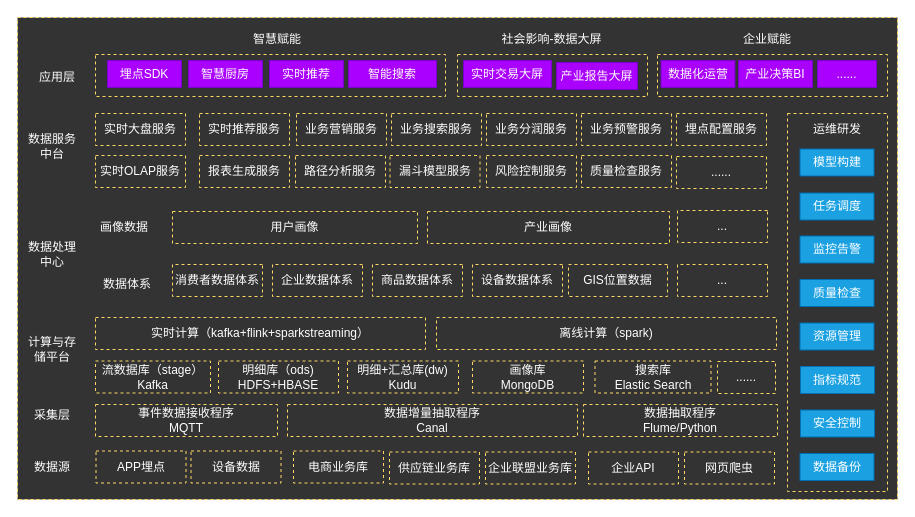
This is page "data-c" (5 of 5) of cgc/cgc-framework.drawio from kinvensan/drawio, a draw.io file, before an edit. Source tidied: cells renumbered, new cells numbered last; positions are measured from the earlier drawing's top-left corner, leaving out a move shared by most shapes. Both pictures are drawn from the tidied source at 100%, with x=0, y=0 at pixel (17, 17).
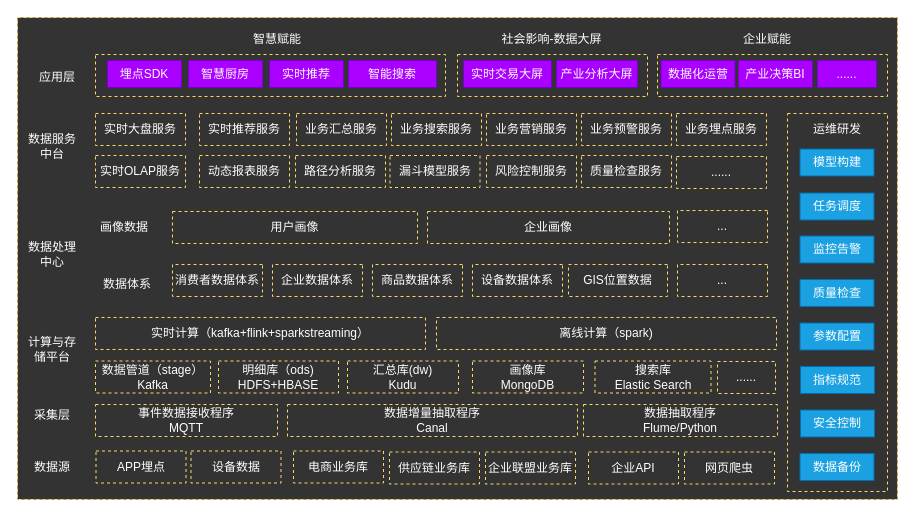
The same page after the edit.

What changed in the source:
```diff
@@
-    <mxCell id="22" value="&lt;span style=&quot;white-space: normal&quot;&gt;业务营销服务&lt;br&gt;&lt;/span&gt;" style="rounded=0;whiteSpace=wrap;html=1;strokeColor=#FFD966;fontColor=#FFFFFF;fillColor=#333333;dashed=1;" parent="1" vertex="1">
+    <mxCell id="22" value="&lt;span style=&quot;white-space: normal&quot;&gt;业务汇总服务&lt;br&gt;&lt;/span&gt;" style="rounded=0;whiteSpace=wrap;html=1;strokeColor=#FFD966;fontColor=#FFFFFF;fillColor=#333333;dashed=1;" parent="1" vertex="1">
       <mxGeometry x="279" y="96" width="90" height="32" as="geometry" />
     </mxCell>
@@
-    <mxCell id="24" value="&lt;span style=&quot;white-space: normal&quot;&gt;业务分润服务&lt;br&gt;&lt;/span&gt;" style="rounded=0;whiteSpace=wrap;html=1;strokeColor=#FFD966;fontColor=#FFFFFF;fillColor=#333333;dashed=1;" parent="1" vertex="1">
+    <mxCell id="24" value="&lt;span style=&quot;white-space: normal&quot;&gt;业务营销服务&lt;br&gt;&lt;/span&gt;" style="rounded=0;whiteSpace=wrap;html=1;strokeColor=#FFD966;fontColor=#FFFFFF;fillColor=#333333;dashed=1;" parent="1" vertex="1">
       <mxGeometry x="469" y="96" width="90" height="32" as="geometry" />
     </mxCell>
@@
-    <mxCell id="26" value="&lt;span style=&quot;white-space: normal&quot;&gt;埋点配置服务&lt;br&gt;&lt;/span&gt;" style="rounded=0;whiteSpace=wrap;html=1;strokeColor=#FFD966;fontColor=#FFFFFF;fillColor=#333333;dashed=1;" parent="1" vertex="1">
+    <mxCell id="26" value="&lt;span style=&quot;white-space: normal&quot;&gt;业务埋点服务&lt;br&gt;&lt;/span&gt;" style="rounded=0;whiteSpace=wrap;html=1;strokeColor=#FFD966;fontColor=#FFFFFF;fillColor=#333333;dashed=1;" parent="1" vertex="1">
       <mxGeometry x="659" y="96" width="90" height="32" as="geometry" />
     </mxCell>
@@
-    <mxCell id="29" value="&lt;span style=&quot;white-space: normal&quot;&gt;报表生成服务&lt;br&gt;&lt;/span&gt;" style="rounded=0;whiteSpace=wrap;html=1;strokeColor=#FFD966;fontColor=#FFFFFF;fillColor=#333333;dashed=1;" parent="1" vertex="1">
+    <mxCell id="29" value="&lt;span style=&quot;white-space: normal&quot;&gt;动态报表服务&lt;br&gt;&lt;/span&gt;" style="rounded=0;whiteSpace=wrap;html=1;strokeColor=#FFD966;fontColor=#FFFFFF;fillColor=#333333;dashed=1;" parent="1" vertex="1">
       <mxGeometry x="182" y="138" width="90" height="32" as="geometry" />
     </mxCell>
@@
-    <mxCell id="39" value="&lt;span style=&quot;white-space: normal&quot;&gt;产业画像&lt;br&gt;&lt;/span&gt;" style="rounded=0;whiteSpace=wrap;html=1;strokeColor=#FFD966;fontColor=#FFFFFF;fillColor=#333333;dashed=1;" parent="1" vertex="1">
+    <mxCell id="39" value="&lt;span style=&quot;white-space: normal&quot;&gt;企业画像&lt;br&gt;&lt;/span&gt;" style="rounded=0;whiteSpace=wrap;html=1;strokeColor=#FFD966;fontColor=#FFFFFF;fillColor=#333333;dashed=1;" parent="1" vertex="1">
       <mxGeometry x="410" y="194" width="242" height="32" as="geometry" />
     </mxCell>
@@
-    <mxCell id="45" value="&lt;span style=&quot;white-space: normal&quot;&gt;流数据库（&lt;/span&gt;stage）&lt;span style=&quot;white-space: normal&quot;&gt;&lt;br&gt;Kafka&lt;br&gt;&lt;/span&gt;" style="rounded=0;whiteSpace=wrap;html=1;strokeColor=#FFD966;fontColor=#FFFFFF;fillColor=#333333;dashed=1;" parent="1" vertex="1">
+    <mxCell id="45" value="&lt;span style=&quot;white-space: normal&quot;&gt;数据管道（&lt;/span&gt;stage）&lt;span style=&quot;white-space: normal&quot;&gt;&lt;br&gt;Kafka&lt;br&gt;&lt;/span&gt;" style="rounded=0;whiteSpace=wrap;html=1;strokeColor=#FFD966;fontColor=#FFFFFF;fillColor=#333333;dashed=1;" parent="1" vertex="1">
       <mxGeometry x="78" y="343.5" width="115" height="32" as="geometry" />
     </mxCell>
@@
-    <mxCell id="50" value="&lt;span style=&quot;white-space: normal&quot;&gt;明细+汇总库(dw)&lt;br&gt;&lt;/span&gt;Kudu&lt;span style=&quot;white-space: normal&quot;&gt;&lt;br&gt;&lt;/span&gt;" style="rounded=0;whiteSpace=wrap;html=1;strokeColor=#FFD966;fontColor=#FFFFFF;fillColor=#333333;dashed=1;" parent="1" vertex="1">
+    <mxCell id="50" value="&lt;span style=&quot;white-space: normal&quot;&gt;汇总库(dw)&lt;br&gt;&lt;/span&gt;Kudu&lt;span style=&quot;white-space: normal&quot;&gt;&lt;br&gt;&lt;/span&gt;" style="rounded=0;whiteSpace=wrap;html=1;strokeColor=#FFD966;fontColor=#FFFFFF;fillColor=#333333;dashed=1;" parent="1" vertex="1">
       <mxGeometry x="330" y="343.5" width="111" height="32" as="geometry" />
     </mxCell>
@@
-    <mxCell id="66" value="资源管理" style="rounded=0;whiteSpace=wrap;html=1;strokeColor=#006EAF;fillColor=#1ba1e2;fontColor=#ffffff;" parent="1" vertex="1">
+    <mxCell id="66" value="参数配置" style="rounded=0;whiteSpace=wrap;html=1;strokeColor=#006EAF;fillColor=#1ba1e2;fontColor=#ffffff;" parent="1" vertex="1">
       <mxGeometry x="782.5" y="305.5" width="74" height="27" as="geometry" />
     </mxCell>
@@
-    <mxCell id="76" value="产业报告大屏" style="rounded=0;whiteSpace=wrap;html=1;strokeColor=#7700CC;fillColor=#aa00ff;fontColor=#ffffff;" parent="1" vertex="1">
-      <mxGeometry x="539" y="45" width="81" height="27" as="geometry" />
+    <mxCell id="76" value="产业分析大屏" style="rounded=0;whiteSpace=wrap;html=1;strokeColor=#7700CC;fillColor=#aa00ff;fontColor=#ffffff;" parent="1" vertex="1">
+      <mxGeometry x="539" y="43" width="81" height="27" as="geometry" />
     </mxCell>
```
